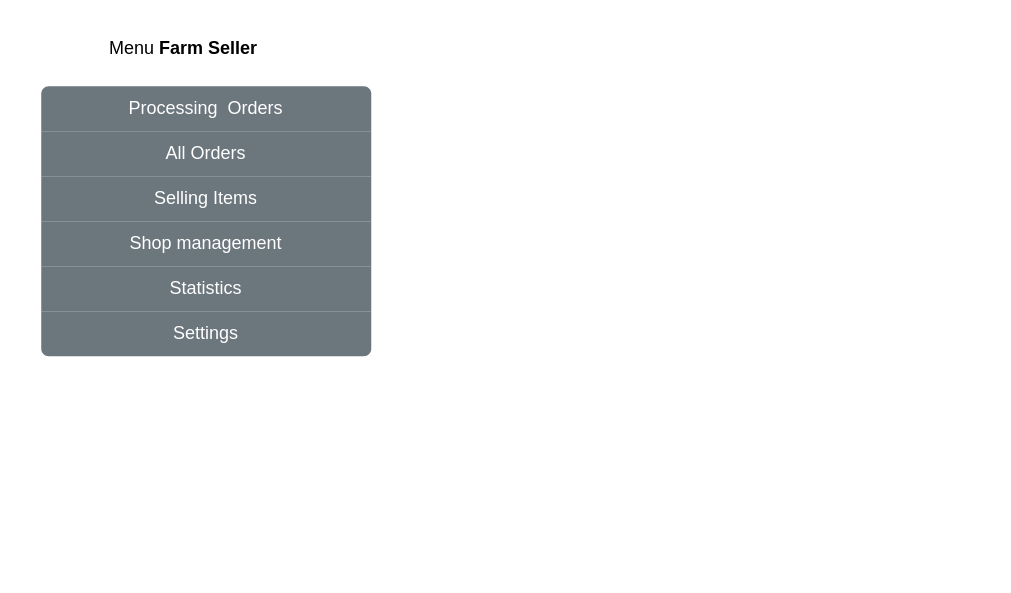
This is farm.drawio from letrthang/design, a draw.io file, before an edit. Source tidied: cells renumbered, new cells numbered last; positions are measured from the earlier drawing's top-left corner, leaving out a move shared by most shapes. Both pictures are drawn from the tidied source at 150%, with x=0, y=0 at pixel (40, 26).
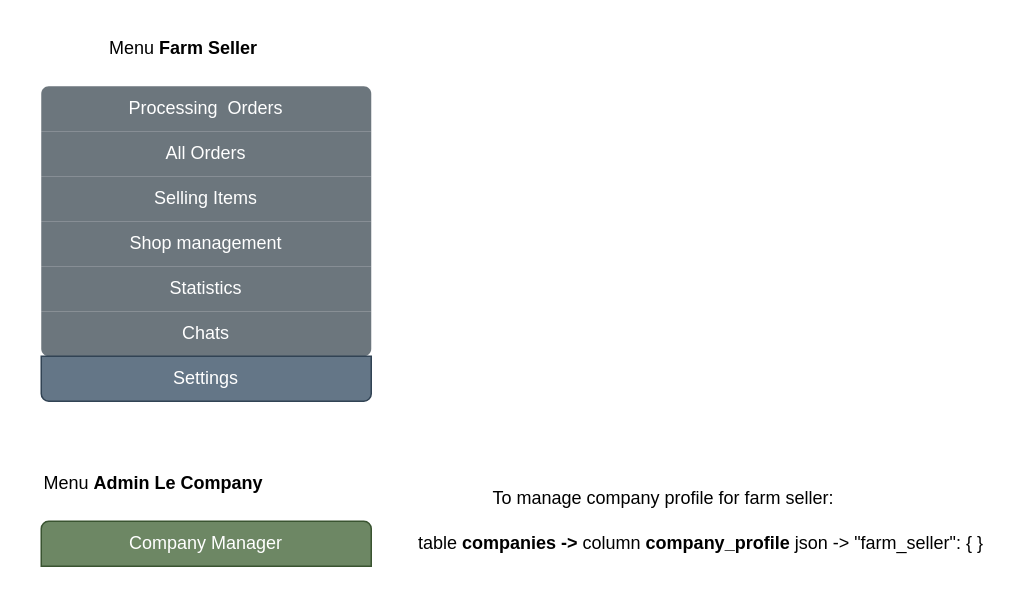
After the change.

Change to the diagram source:
```diff
@@
 <mxGraphModel>
   <root>
     <mxCell id="0" />
     <mxCell id="1" parent="0" />
+    <mxCell id="9" value="Menu &lt;b&gt;Farm Seller&lt;/b&gt;" style="text;html=1;align=center;verticalAlign=middle;whiteSpace=wrap;rounded=0;" parent="1" vertex="1">
+      <mxGeometry x="10" width="170" height="30" as="geometry" />
+    </mxCell>
+    <mxCell id="10" style="group;fillColor=default;" parent="1" vertex="1">
+      <mxGeometry y="40" width="220" height="210" as="geometry" />
+    </mxCell>
-    <mxCell id="2" style="swimlane;shape=mxgraph.bootstrap.anchor;strokeColor=none;fillColor=#6C767D;fontColor=#ffffff;fontStyle=0;horizontal=1;startSize=0;whiteSpace=wrap;html=1;" parent="1" vertex="1">
-      <mxGeometry y="40" width="220" height="180" as="geometry" />
+    <mxCell id="2" style="swimlane;shape=mxgraph.bootstrap.anchor;strokeColor=none;fillColor=#6C767D;fontColor=#ffffff;fontStyle=0;horizontal=1;startSize=0;whiteSpace=wrap;html=1;" parent="10" vertex="1">
+      <mxGeometry width="220" height="180" as="geometry" />
     </mxCell>
     <mxCell id="3" value="Processing&amp;nbsp; Orders" style="text;strokeColor=inherit;align=center;verticalAlign=middle;spacingLeft=10;spacingRight=10;overflow=hidden;whiteSpace=wrap;html=1;shape=mxgraph.bootstrap.topButton;rSize=5;fillColor=inherit;fontColor=inherit;" parent="2" vertex="1">
       <mxGeometry width="220" height="30" as="geometry" />
     </mxCell>
     <mxCell id="4" value="All Orders" style="text;strokeColor=inherit;align=center;verticalAlign=middle;spacingLeft=10;spacingRight=10;overflow=hidden;whiteSpace=wrap;html=1;rSize=5;fillColor=inherit;fontColor=inherit;" parent="2" vertex="1">
       <mxGeometry y="30" width="220" height="30" as="geometry" />
     </mxCell>
     <mxCell id="5" value="Selling Items" style="text;strokeColor=inherit;align=center;verticalAlign=middle;spacingLeft=10;spacingRight=10;overflow=hidden;whiteSpace=wrap;html=1;rSize=5;fillColor=inherit;fontColor=inherit;" parent="2" vertex="1">
       <mxGeometry y="60" width="220" height="30" as="geometry" />
     </mxCell>
     <mxCell id="6" value="Shop management" style="text;strokeColor=inherit;align=center;verticalAlign=middle;spacingLeft=10;spacingRight=10;overflow=hidden;whiteSpace=wrap;html=1;rSize=5;fillColor=inherit;fontColor=inherit;" parent="2" vertex="1">
       <mxGeometry y="90" width="220" height="30" as="geometry" />
     </mxCell>
     <mxCell id="7" value="Statistics" style="text;strokeColor=inherit;align=center;verticalAlign=middle;spacingLeft=10;spacingRight=10;overflow=hidden;whiteSpace=wrap;html=1;rSize=5;fillColor=inherit;fontColor=inherit;" parent="2" vertex="1">
       <mxGeometry y="120" width="220" height="30" as="geometry" />
     </mxCell>
-    <mxCell id="8" value="Settings" style="text;strokeColor=inherit;align=center;verticalAlign=middle;spacingLeft=10;spacingRight=10;overflow=hidden;whiteSpace=wrap;html=1;shape=mxgraph.bootstrap.bottomButton;rSize=5;fillColor=inherit;fontColor=inherit;" parent="2" vertex="1">
+    <mxCell id="8" value="Chats" style="text;strokeColor=inherit;align=center;verticalAlign=middle;spacingLeft=10;spacingRight=10;overflow=hidden;whiteSpace=wrap;html=1;shape=mxgraph.bootstrap.bottomButton;rSize=5;fillColor=inherit;fontColor=inherit;" parent="2" vertex="1">
       <mxGeometry y="150" width="220" height="30" as="geometry" />
     </mxCell>
-    <mxCell id="9" value="Menu &lt;b&gt;Farm Seller&lt;/b&gt;" style="text;html=1;align=center;verticalAlign=middle;whiteSpace=wrap;rounded=0;" parent="1" vertex="1">
-      <mxGeometry x="10" width="170" height="30" as="geometry" />
-    </mxCell>
+    <mxCell id="11" value="Settings" style="text;strokeColor=#314354;align=center;verticalAlign=middle;spacingLeft=10;spacingRight=10;overflow=hidden;whiteSpace=wrap;html=1;shape=mxgraph.bootstrap.bottomButton;rSize=5;fillColor=#647687;fontColor=#ffffff;" parent="10" vertex="1">
+      <mxGeometry y="180" width="220" height="30" as="geometry" />
+    </mxCell>
+    <mxCell id="12" value="Menu &lt;b&gt;Admin Le Company&lt;/b&gt;" style="text;html=1;align=center;verticalAlign=middle;whiteSpace=wrap;rounded=0;" parent="1" vertex="1">
+      <mxGeometry x="-10" y="290" width="170" height="30" as="geometry" />
+    </mxCell>
+    <mxCell id="13" style="swimlane;shape=mxgraph.bootstrap.anchor;strokeColor=#3A5431;fillColor=#6d8764;fontColor=#ffffff;fontStyle=0;horizontal=1;startSize=0;whiteSpace=wrap;html=1;" parent="1" vertex="1">
+      <mxGeometry y="330" width="220" height="30" as="geometry" />
+    </mxCell>
+    <mxCell id="14" value="Company Manager" style="text;strokeColor=inherit;align=center;verticalAlign=middle;spacingLeft=10;spacingRight=10;overflow=hidden;whiteSpace=wrap;html=1;shape=mxgraph.bootstrap.topButton;rSize=5;fillColor=inherit;fontColor=inherit;" parent="13" vertex="1">
+      <mxGeometry width="220" height="30" as="geometry" />
+    </mxCell>
+    <mxCell id="15" value="table &lt;b&gt;companies -&amp;gt; &lt;/b&gt;column &lt;b&gt;company_profile &lt;/b&gt;json -&amp;gt; &quot;farm_seller&quot;: { }" style="text;html=1;align=center;verticalAlign=middle;whiteSpace=wrap;rounded=0;" parent="1" vertex="1">
+      <mxGeometry x="250" y="330" width="380" height="30" as="geometry" />
+    </mxCell>
+    <mxCell id="16" value="To manage company profile for farm seller:" style="text;html=1;align=center;verticalAlign=middle;whiteSpace=wrap;rounded=0;" parent="1" vertex="1">
+      <mxGeometry x="270" y="300" width="290" height="30" as="geometry" />
+    </mxCell>
   </root>
 </mxGraphModel>
```
